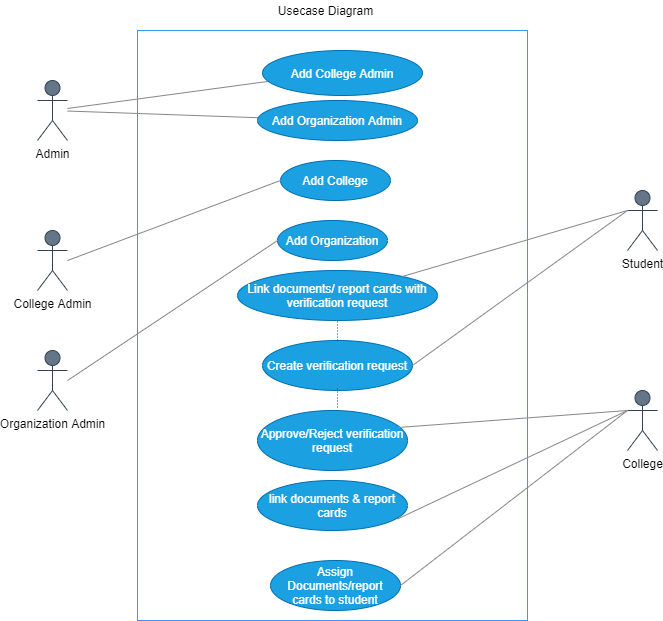
Above: images/Diagrams/Usecase_Diagram_EduBlocks.png in vaishnavipatil555/EduBlocks (draw.io), before the change. Source tidied: cells renumbered, new cells last; positions are measured from the earlier drawing's top-left corner, leaving out a move shared by most shapes.
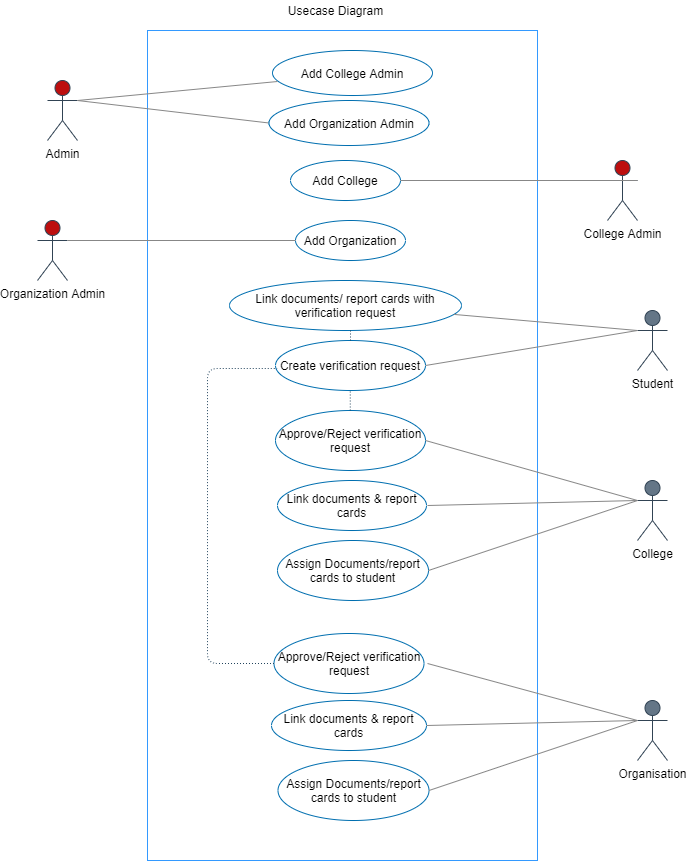
The same file after the commit.

Commit message:
Modified usecase diagram

The edit, as a diff of the source:
```diff
@@ -3,98 +3,129 @@
     <mxCell id="0" />
     <mxCell id="1" parent="0" />
     <mxCell id="2" style="rounded=0;whiteSpace=wrap;html=1;strokeColor=#3399FF;" parent="1" vertex="1">
-      <mxGeometry x="100" y="30" width="390" height="590" as="geometry" />
+      <mxGeometry x="100" y="30" width="390" height="830" as="geometry" />
     </mxCell>
-    <mxCell id="3" value="Admin" style="shape=umlActor;verticalLabelPosition=bottom;verticalAlign=top;html=1;fillColor=#647687;strokeColor=#314354;" parent="1" vertex="1">
+    <mxCell id="3" value="Admin" style="shape=umlActor;verticalLabelPosition=bottom;verticalAlign=top;html=1;strokeColor=#314354;fillColor=#BD0F0F;" parent="1" vertex="1">
       <mxGeometry y="80" width="30" height="60" as="geometry" />
     </mxCell>
-    <mxCell id="4" value="College Admin" style="shape=umlActor;verticalLabelPosition=bottom;verticalAlign=top;html=1;fillColor=#647687;strokeColor=#314354;" parent="1" vertex="1">
-      <mxGeometry y="230" width="30" height="60" as="geometry" />
+    <mxCell id="4" value="College Admin" style="shape=umlActor;verticalLabelPosition=bottom;verticalAlign=top;html=1;strokeColor=#314354;fillColor=#BD0F0F;" parent="1" vertex="1">
+      <mxGeometry x="560" y="160" width="30" height="60" as="geometry" />
     </mxCell>
-    <mxCell id="5" value="Organization Admin" style="shape=umlActor;verticalLabelPosition=bottom;verticalAlign=top;html=1;fillColor=#647687;strokeColor=#314354;" parent="1" vertex="1">
-      <mxGeometry y="350" width="30" height="60" as="geometry" />
+    <mxCell id="5" value="Organization Admin" style="shape=umlActor;verticalLabelPosition=bottom;verticalAlign=top;html=1;strokeColor=#314354;fillColor=#BD0F0F;" parent="1" vertex="1">
+      <mxGeometry x="-10" y="220" width="30" height="60" as="geometry" />
     </mxCell>
     <mxCell id="6" value="College" style="shape=umlActor;verticalLabelPosition=bottom;verticalAlign=top;html=1;fillColor=#647687;strokeColor=#314354;" parent="1" vertex="1">
-      <mxGeometry x="590" y="390" width="30" height="60" as="geometry" />
+      <mxGeometry x="590" y="480" width="30" height="60" as="geometry" />
     </mxCell>
     <mxCell id="7" value="Student" style="shape=umlActor;verticalLabelPosition=bottom;verticalAlign=top;html=1;fillColor=#647687;strokeColor=#314354;" parent="1" vertex="1">
-      <mxGeometry x="590" y="190" width="30" height="60" as="geometry" />
+      <mxGeometry x="590" y="310" width="30" height="60" as="geometry" />
     </mxCell>
-    <mxCell id="8" value="&lt;font color=&quot;#FFFFFF&quot;&gt;Add College Admin&lt;/font&gt;" style="ellipse;whiteSpace=wrap;html=1;strokeColor=#006EAF;fillColor=#1ba1e2;fontColor=#ffffff;" parent="1" vertex="1">
+    <mxCell id="8" value="&lt;font&gt;Add College Admin&lt;/font&gt;" style="ellipse;whiteSpace=wrap;html=1;strokeColor=#006EAF;fillColor=none;" parent="1" vertex="1">
       <mxGeometry x="225" y="50" width="160" height="45" as="geometry" />
     </mxCell>
-    <mxCell id="9" value="&lt;font color=&quot;#FFFFFF&quot;&gt;Add Organization Admin&lt;/font&gt;" style="ellipse;whiteSpace=wrap;html=1;fillColor=#1ba1e2;strokeColor=#006EAF;fontColor=#ffffff;" parent="1" vertex="1">
-      <mxGeometry x="220" y="100" width="160" height="40" as="geometry" />
-    </mxCell>
-    <mxCell id="10" value="Add College" style="ellipse;whiteSpace=wrap;html=1;fillColor=#1ba1e2;strokeColor=#006EAF;fontColor=#ffffff;" parent="1" vertex="1">
+    <mxCell id="10" value="Add College" style="ellipse;whiteSpace=wrap;html=1;fillColor=none;strokeColor=#006EAF;fontColor=#000000;" parent="1" vertex="1">
       <mxGeometry x="243" y="160" width="110" height="40" as="geometry" />
     </mxCell>
-    <mxCell id="11" value="Add Organization" style="ellipse;whiteSpace=wrap;html=1;fillColor=#1ba1e2;strokeColor=#006EAF;fontColor=#ffffff;" parent="1" vertex="1">
-      <mxGeometry x="240" y="220" width="110" height="40" as="geometry" />
+    <mxCell id="11" value="Add Organization" style="ellipse;whiteSpace=wrap;html=1;fillColor=none;strokeColor=#006EAF;fontColor=#000000;" parent="1" vertex="1">
+      <mxGeometry x="248" y="220" width="110" height="40" as="geometry" />
     </mxCell>
-    <mxCell id="12" value="Create verification request" style="ellipse;whiteSpace=wrap;html=1;fillColor=#1ba1e2;strokeColor=#006EAF;fontColor=#ffffff;" parent="1" vertex="1">
-      <mxGeometry x="225" y="340" width="150" height="50" as="geometry" />
+    <mxCell id="12" value="Create verification request" style="ellipse;whiteSpace=wrap;html=1;fillColor=none;strokeColor=#006EAF;fontColor=#000000;" parent="1" vertex="1">
+      <mxGeometry x="228" y="340" width="150" height="50" as="geometry" />
     </mxCell>
-    <mxCell id="13" value="Approve/Reject verification request" style="ellipse;whiteSpace=wrap;html=1;fillColor=#1ba1e2;strokeColor=#006EAF;fontColor=#ffffff;" parent="1" vertex="1">
-      <mxGeometry x="220" y="410" width="150" height="60" as="geometry" />
+    <mxCell id="13" value="Approve/Reject verification request" style="ellipse;whiteSpace=wrap;html=1;fillColor=none;strokeColor=#006EAF;fontColor=#000000;" parent="1" vertex="1">
+      <mxGeometry x="228" y="410" width="150" height="60" as="geometry" />
     </mxCell>
-    <mxCell id="14" value="link documents &amp;amp; report cards" style="ellipse;whiteSpace=wrap;html=1;fillColor=#1ba1e2;strokeColor=#006EAF;fontColor=#ffffff;" parent="1" vertex="1">
-      <mxGeometry x="220" y="480" width="150" height="50" as="geometry" />
+    <mxCell id="14" value="Link documents &amp;amp; report cards" style="ellipse;whiteSpace=wrap;html=1;fillColor=none;strokeColor=#006EAF;fontColor=#000000;" parent="1" vertex="1">
+      <mxGeometry x="230" y="480" width="149" height="50" as="geometry" />
     </mxCell>
-    <mxCell id="15" style="endArrow=none;html=1;fontColor=#000000;strokeColor=#878787;entryX=0.031;entryY=0.689;entryDx=0;entryDy=0;entryPerimeter=0;" parent="1" edge="1" source="3" target="8">
+    <mxCell id="15" style="endArrow=none;html=1;fontColor=#000000;strokeColor=#878787;entryX=0.031;entryY=0.689;entryDx=0;entryDy=0;entryPerimeter=0;exitX=1;exitY=0.3333333333333333;exitDx=0;exitDy=0;exitPerimeter=0;" parent="1" edge="1" source="3" target="8">
       <mxGeometry relative="1" as="geometry" />
     </mxCell>
-    <mxCell id="16" style="endArrow=none;html=1;fontColor=#000000;strokeColor=#878787;" parent="1" edge="1" source="3" target="9">
-      <mxGeometry relative="1" as="geometry" />
+    <mxCell id="16" style="endArrow=none;html=1;fontColor=#000000;strokeColor=#878787;entryX=0;entryY=0.5;entryDx=0;entryDy=0;" parent="1" edge="1" target="9">
+      <mxGeometry relative="1" as="geometry">
+        <mxPoint x="30" y="100" as="sourcePoint" />
+      </mxGeometry>
     </mxCell>
-    <mxCell id="17" style="endArrow=none;html=1;fontColor=#000000;strokeColor=#878787;entryX=0;entryY=0.5;entryDx=0;entryDy=0;" parent="1" edge="1" target="10">
-      <mxGeometry relative="1" as="geometry">
-        <mxPoint x="30" y="260" as="sourcePoint" />
-      </mxGeometry>
+    <mxCell id="17" style="endArrow=none;html=1;fontColor=#000000;strokeColor=#878787;entryX=1;entryY=0.5;entryDx=0;entryDy=0;exitX=1;exitY=0.3333333333333333;exitDx=0;exitDy=0;exitPerimeter=0;" parent="1" edge="1" source="4" target="10">
+      <mxGeometry relative="1" as="geometry" />
     </mxCell>
-    <mxCell id="18" style="endArrow=none;html=1;fontColor=#000000;strokeColor=#878787;entryX=0;entryY=0.5;entryDx=0;entryDy=0;" parent="1" edge="1" target="11">
-      <mxGeometry relative="1" as="geometry">
-        <mxPoint x="30" y="380" as="sourcePoint" />
-      </mxGeometry>
+    <mxCell id="18" style="endArrow=none;html=1;fontColor=#000000;strokeColor=#878787;entryX=0;entryY=0.5;entryDx=0;entryDy=0;exitX=1;exitY=0.3333333333333333;exitDx=0;exitDy=0;exitPerimeter=0;" parent="1" edge="1" source="5" target="11">
+      <mxGeometry relative="1" as="geometry" />
     </mxCell>
-    <mxCell id="19" style="endArrow=none;html=1;fontColor=#000000;strokeColor=#878787;entryX=0;entryY=0.3333333333333333;entryDx=0;entryDy=0;entryPerimeter=0;exitX=0.94;exitY=0.283;exitDx=0;exitDy=0;exitPerimeter=0;" parent="1" edge="1" source="13" target="6">
+    <mxCell id="19" style="endArrow=none;html=1;fontColor=#000000;strokeColor=#878787;entryX=0;entryY=0.3333333333333333;entryDx=0;entryDy=0;entryPerimeter=0;exitX=1;exitY=0.5;exitDx=0;exitDy=0;" parent="1" edge="1" source="13" target="6">
       <mxGeometry relative="1" as="geometry" />
     </mxCell>
     <mxCell id="20" style="endArrow=none;html=1;strokeColor=#23445d;fontColor=#000000;dashed=1;dashPattern=1 2;fillColor=#bac8d3;" parent="1" edge="1">
       <mxGeometry relative="1" as="geometry">
-        <mxPoint x="300" y="407" as="sourcePoint" />
-        <mxPoint x="300" y="387" as="targetPoint" />
+        <mxPoint x="302.8" y="410" as="sourcePoint" />
+        <mxPoint x="302.8" y="390" as="targetPoint" />
       </mxGeometry>
     </mxCell>
     <mxCell id="21" style="endArrow=none;html=1;fontColor=#000000;strokeColor=#878787;entryX=0;entryY=0.3333333333333333;entryDx=0;entryDy=0;entryPerimeter=0;exitX=1;exitY=0.5;exitDx=0;exitDy=0;" parent="1" edge="1" source="12" target="7">
       <mxGeometry relative="1" as="geometry" />
     </mxCell>
-    <mxCell id="22" style="endArrow=none;html=1;fontColor=#000000;strokeColor=#878787;entryX=0;entryY=0.3333333333333333;entryDx=0;entryDy=0;entryPerimeter=0;exitX=0.94;exitY=0.283;exitDx=0;exitDy=0;exitPerimeter=0;" parent="1" edge="1" target="6">
+    <mxCell id="22" style="endArrow=none;html=1;fontColor=#000000;strokeColor=#878787;entryX=0;entryY=0.3333333333333333;entryDx=0;entryDy=0;entryPerimeter=0;" parent="1" edge="1" target="6">
       <mxGeometry relative="1" as="geometry">
-        <mxPoint x="360" y="518.5" as="sourcePoint" />
+        <mxPoint x="380" y="505" as="sourcePoint" />
       </mxGeometry>
     </mxCell>
-    <mxCell id="23" value="Assign Documents/report cards to student" style="ellipse;whiteSpace=wrap;html=1;fillColor=#1ba1e2;strokeColor=#006EAF;fontColor=#ffffff;" parent="1" vertex="1">
-      <mxGeometry x="233" y="560" width="130" height="50" as="geometry" />
+    <mxCell id="23" value="Assign Documents/report cards to student" style="ellipse;whiteSpace=wrap;html=1;fillColor=none;strokeColor=#006EAF;fontColor=#000000;" parent="1" vertex="1">
+      <mxGeometry x="230" y="540" width="151" height="60" as="geometry" />
     </mxCell>
-    <mxCell id="24" style="endArrow=none;html=1;fontColor=#000000;strokeColor=#878787;exitX=1;exitY=0.5;exitDx=0;exitDy=0;" parent="1" edge="1" source="23">
-      <mxGeometry relative="1" as="geometry">
-        <mxPoint x="590" y="410" as="targetPoint" />
-      </mxGeometry>
+    <mxCell id="24" style="endArrow=none;html=1;fontColor=#000000;strokeColor=#878787;exitX=1;exitY=0.5;exitDx=0;exitDy=0;entryX=0;entryY=0.3333333333333333;entryDx=0;entryDy=0;entryPerimeter=0;" parent="1" edge="1" source="23" target="6">
+      <mxGeometry relative="1" as="geometry" />
     </mxCell>
-    <mxCell id="25" value="Link documents/ report cards with verification request" style="ellipse;whiteSpace=wrap;html=1;fillColor=#1ba1e2;strokeColor=#006EAF;fontColor=#ffffff;" parent="1" vertex="1">
-      <mxGeometry x="200" y="270" width="200" height="50" as="geometry" />
+    <mxCell id="25" value="Link documents/ report cards with verification request" style="ellipse;whiteSpace=wrap;html=1;fillColor=none;strokeColor=#006EAF;fontColor=#000000;" parent="1" vertex="1">
+      <mxGeometry x="182" y="280" width="232" height="50" as="geometry" />
     </mxCell>
     <mxCell id="26" style="endArrow=none;html=1;fontColor=#000000;strokeColor=#878787;" parent="1" edge="1" source="25">
       <mxGeometry relative="1" as="geometry">
-        <mxPoint x="590" y="210" as="targetPoint" />
+        <mxPoint x="590" y="330" as="targetPoint" />
       </mxGeometry>
     </mxCell>
-    <mxCell id="27" style="endArrow=none;html=1;strokeColor=#23445d;fontColor=#000000;dashed=1;dashPattern=1 2;fillColor=#bac8d3;entryX=0.5;entryY=1;entryDx=0;entryDy=0;exitX=0.5;exitY=0;exitDx=0;exitDy=0;" parent="1" edge="1" source="12" target="25">
-      <mxGeometry relative="1" as="geometry" />
+    <mxCell id="27" style="endArrow=none;html=1;strokeColor=#23445d;fontColor=#000000;dashed=1;dashPattern=1 2;fillColor=#bac8d3;exitX=0.5;exitY=0;exitDx=0;exitDy=0;" parent="1" edge="1" source="12">
+      <mxGeometry relative="1" as="geometry">
+        <mxPoint x="303" y="330" as="targetPoint" />
+      </mxGeometry>
     </mxCell>
     <mxCell id="28" value="Usecase Diagram" style="text;html=1;strokeColor=none;fillColor=none;align=center;verticalAlign=middle;whiteSpace=wrap;rounded=0;" parent="1" vertex="1">
       <mxGeometry x="225" width="127" height="20" as="geometry" />
     </mxCell>
+    <mxCell id="29" value="Organisation" style="shape=umlActor;verticalLabelPosition=bottom;verticalAlign=top;html=1;fillColor=#647687;strokeColor=#314354;" parent="1" vertex="1">
+      <mxGeometry x="590" y="700" width="30" height="60" as="geometry" />
+    </mxCell>
+    <mxCell id="30" value="Approve/Reject verification request" style="ellipse;whiteSpace=wrap;html=1;fillColor=none;strokeColor=#006EAF;fontColor=#000000;" parent="1" vertex="1">
+      <mxGeometry x="226.5" y="633" width="150" height="60" as="geometry" />
+    </mxCell>
+    <mxCell id="31" value="Link documents &amp;amp; report cards" style="ellipse;whiteSpace=wrap;html=1;fillColor=none;strokeColor=#006EAF;fontColor=#000000;" parent="1" vertex="1">
+      <mxGeometry x="224" y="700" width="155" height="50" as="geometry" />
+    </mxCell>
+    <mxCell id="32" style="endArrow=none;html=1;fontColor=#000000;strokeColor=#878787;entryX=0;entryY=0.3333333333333333;entryDx=0;entryDy=0;entryPerimeter=0;" parent="1" edge="1" target="29">
+      <mxGeometry relative="1" as="geometry">
+        <mxPoint x="380" y="663" as="sourcePoint" />
+      </mxGeometry>
+    </mxCell>
+    <mxCell id="33" style="endArrow=none;html=1;fontColor=#000000;strokeColor=#878787;entryX=0;entryY=0.3333333333333333;entryDx=0;entryDy=0;entryPerimeter=0;exitX=1;exitY=0.5;exitDx=0;exitDy=0;" parent="1" edge="1" source="31" target="29">
+      <mxGeometry relative="1" as="geometry" />
+    </mxCell>
+    <mxCell id="34" value="Assign Documents/report cards to student" style="ellipse;whiteSpace=wrap;html=1;fillColor=none;strokeColor=#006EAF;fontColor=#000000;" parent="1" vertex="1">
+      <mxGeometry x="230.5" y="760" width="151" height="60" as="geometry" />
+    </mxCell>
+    <mxCell id="35" style="endArrow=none;html=1;fontColor=#000000;strokeColor=#878787;exitX=1;exitY=0.5;exitDx=0;exitDy=0;" parent="1" edge="1" source="34">
+      <mxGeometry relative="1" as="geometry">
+        <mxPoint x="590" y="720" as="targetPoint" />
+      </mxGeometry>
+    </mxCell>
+    <mxCell id="36" style="endArrow=none;html=1;strokeColor=#23445d;fontColor=#000000;dashed=1;dashPattern=1 2;fillColor=#bac8d3;entryX=0.011;entryY=0.56;entryDx=0;entryDy=0;entryPerimeter=0;exitX=0;exitY=0.5;exitDx=0;exitDy=0;" parent="1" edge="1" source="30" target="12">
+      <mxGeometry relative="1" as="geometry">
+        <Array as="points">
+          <mxPoint x="160" y="663" />
+          <mxPoint x="160" y="368" />
+        </Array>
+      </mxGeometry>
+    </mxCell>
+    <mxCell id="9" value="&lt;font&gt;Add Organization Admin&lt;/font&gt;" style="ellipse;whiteSpace=wrap;html=1;strokeColor=#006EAF;fillColor=none;" parent="1" vertex="1">
+      <mxGeometry x="221.5" y="100" width="160" height="45" as="geometry" />
+    </mxCell>
   </root>
 </mxGraphModel>
```
